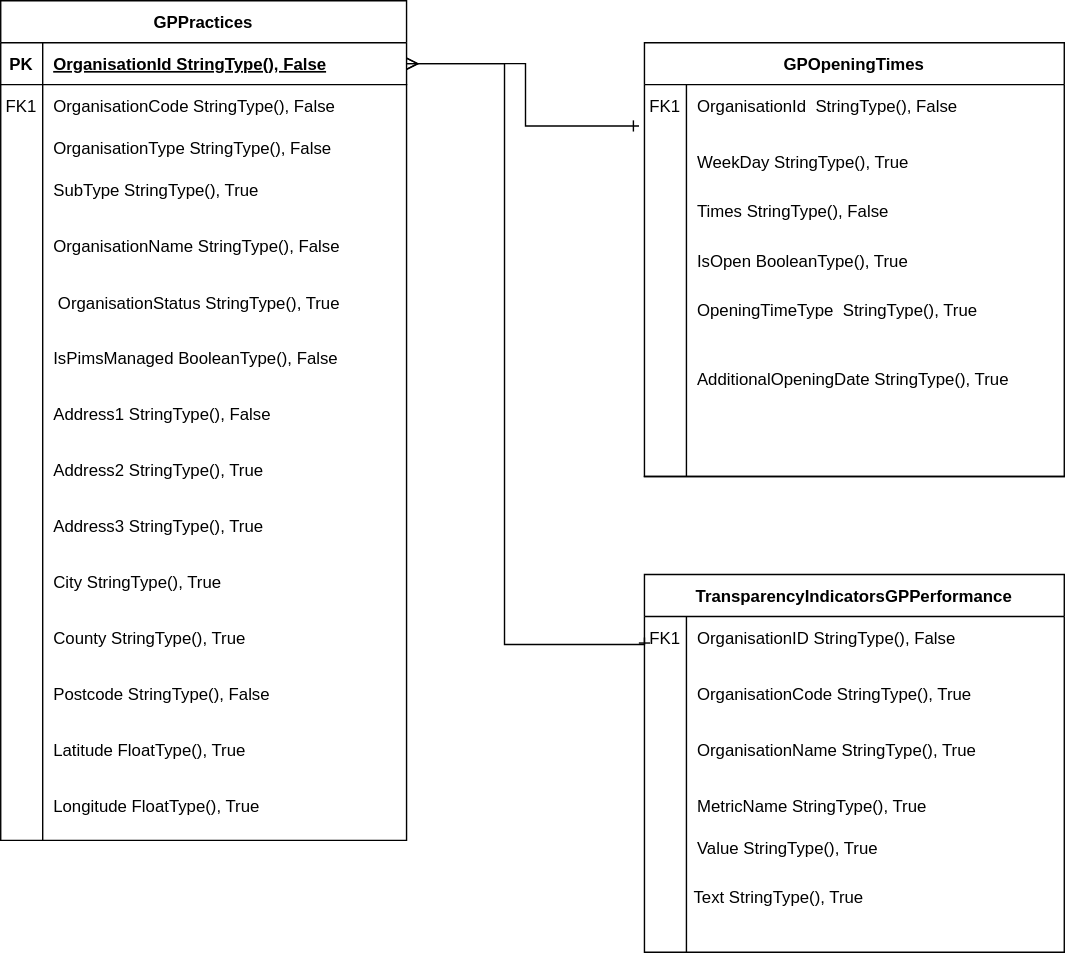
Earlier version of the draw.io export docs/pic.drawio.svg (karinaahmedova/DDS_task). Source tidied: cells renumbered, new cells last; positions are measured from the earlier drawing's top-left corner, leaving out a move shared by most shapes. The source it was exported from:
```xml
<mxGraphModel>
  <root>
    <mxCell id="0" />
    <mxCell id="1" parent="0" />
    <mxCell id="2" value="GPPractices" style="shape=table;startSize=30;rowLines=0;fontStyle=1;align=center;" parent="1" vertex="1">
      <mxGeometry width="290" height="600" as="geometry" />
    </mxCell>
    <mxCell id="3" style="shape=partialRectangle;fillColor=none;points=[[0,0.5],[1,0.5]];portConstraint=eastwest;top=0;left=0;right=0;bottom=1;" parent="2" vertex="1">
      <mxGeometry y="30" width="290" height="30" as="geometry" />
    </mxCell>
    <mxCell id="4" value="PK" style="shape=partialRectangle;overflow=hidden;fillColor=none;top=0;left=0;bottom=0;right=0;fontStyle=1;" parent="3" vertex="1">
      <mxGeometry width="30" height="30" as="geometry" />
    </mxCell>
    <mxCell id="5" value="OrganisationId StringType(), False" style="shape=partialRectangle;overflow=hidden;fillColor=none;top=0;left=0;bottom=0;right=0;align=left;spacingLeft=6;fontStyle=5;" parent="3" vertex="1">
      <mxGeometry x="30" width="260" height="30" as="geometry" />
    </mxCell>
    <mxCell id="6" style="shape=partialRectangle;fillColor=none;top=0;left=0;right=0;bottom=0;" parent="2" vertex="1">
      <mxGeometry y="60" width="290" height="30" as="geometry" />
    </mxCell>
    <mxCell id="7" value="FK1" style="shape=partialRectangle;overflow=hidden;fillColor=none;top=0;left=0;bottom=0;right=0;" parent="6" vertex="1">
      <mxGeometry width="30" height="30" as="geometry" />
    </mxCell>
    <mxCell id="8" value="OrganisationCode StringType(), False" style="shape=partialRectangle;overflow=hidden;fillColor=none;top=0;left=0;bottom=0;right=0;align=left;spacingLeft=6;" parent="6" vertex="1">
      <mxGeometry x="30" width="260" height="30" as="geometry" />
    </mxCell>
    <mxCell id="9" style="shape=partialRectangle;fillColor=none;top=0;left=0;right=0;bottom=0;" parent="2" vertex="1">
      <mxGeometry y="90" width="290" height="510" as="geometry" />
    </mxCell>
    <mxCell id="10" style="shape=partialRectangle;overflow=hidden;fillColor=none;top=0;left=0;bottom=0;right=0;" parent="9" vertex="1">
      <mxGeometry width="30" height="510" as="geometry" />
    </mxCell>
    <mxCell id="11" style="shape=partialRectangle;overflow=hidden;fillColor=none;top=0;left=0;bottom=0;right=0;align=left;spacingLeft=6;" parent="9" vertex="1">
      <mxGeometry x="30" width="260" height="510" as="geometry" />
    </mxCell>
    <mxCell id="12" value="TransparencyIndicatorsGPPerformance" style="shape=table;startSize=30;rowLines=0;fontStyle=1;align=center;" parent="1" vertex="1">
      <mxGeometry x="460" y="410" width="300" height="270" as="geometry" />
    </mxCell>
    <mxCell id="13" style="shape=partialRectangle;fillColor=none;points=[[0,0.5],[1,0.5]];portConstraint=eastwest;top=0;left=0;right=0;bottom=0;" parent="12" vertex="1">
      <mxGeometry y="30" width="300" height="30" as="geometry" />
    </mxCell>
    <mxCell id="14" value="FK1" style="shape=partialRectangle;overflow=hidden;fillColor=none;top=0;left=0;bottom=0;right=0;" parent="13" vertex="1">
      <mxGeometry width="30" height="30" as="geometry" />
    </mxCell>
    <mxCell id="15" value="OrganisationID StringType(), False" style="shape=partialRectangle;overflow=hidden;fillColor=none;top=0;left=0;bottom=0;right=0;align=left;spacingLeft=6;" parent="13" vertex="1">
      <mxGeometry x="30" width="270" height="30" as="geometry" />
    </mxCell>
    <mxCell id="16" style="shape=partialRectangle;fillColor=none;top=0;left=0;right=0;bottom=0;" parent="12" vertex="1">
      <mxGeometry y="60" width="300" height="210" as="geometry" />
    </mxCell>
    <mxCell id="17" style="shape=partialRectangle;overflow=hidden;fillColor=none;top=0;left=0;bottom=0;right=0;" parent="16" vertex="1">
      <mxGeometry width="30" height="210" as="geometry" />
    </mxCell>
    <mxCell id="18" style="shape=partialRectangle;overflow=hidden;fillColor=none;top=0;left=0;bottom=0;right=0;align=left;spacingLeft=6;" parent="16" vertex="1">
      <mxGeometry x="30" width="270" height="210" as="geometry" />
    </mxCell>
    <mxCell id="19" value="GPOpeningTimes" style="shape=table;startSize=30;rowLines=0;fontStyle=1;align=center;" parent="1" vertex="1">
      <mxGeometry x="460" y="30" width="300" height="310" as="geometry" />
    </mxCell>
    <mxCell id="20" style="shape=partialRectangle;fillColor=none;points=[[0,0.5],[1,0.5]];portConstraint=eastwest;top=0;left=0;right=0;bottom=0;" parent="19" vertex="1">
      <mxGeometry y="30" width="300" height="250" as="geometry" />
    </mxCell>
    <mxCell id="21" style="shape=partialRectangle;overflow=hidden;fillColor=none;top=0;left=0;bottom=0;right=0;" parent="20" vertex="1">
      <mxGeometry width="30" height="250" as="geometry" />
    </mxCell>
    <mxCell id="22" style="shape=partialRectangle;overflow=hidden;fillColor=none;top=0;left=0;bottom=0;right=0;align=left;spacingLeft=6;" parent="20" vertex="1">
      <mxGeometry x="30" width="270" height="250" as="geometry" />
    </mxCell>
    <mxCell id="23" style="shape=partialRectangle;fillColor=none;top=0;left=0;right=0;bottom=1;" parent="19" vertex="1">
      <mxGeometry y="280" width="300" height="30" as="geometry" />
    </mxCell>
    <mxCell id="24" style="shape=partialRectangle;overflow=hidden;fillColor=none;top=0;left=0;bottom=0;right=0;fontStyle=1;" parent="23" vertex="1">
      <mxGeometry width="30" height="30" as="geometry" />
    </mxCell>
    <mxCell id="25" style="shape=partialRectangle;overflow=hidden;fillColor=none;top=0;left=0;bottom=0;right=0;align=left;spacingLeft=6;fontStyle=5;" parent="23" vertex="1">
      <mxGeometry x="30" width="270" height="30" as="geometry" />
    </mxCell>
    <mxCell id="26" value="WeekDay StringType(), True" style="shape=partialRectangle;overflow=hidden;fillColor=none;top=0;left=0;bottom=0;right=0;align=left;spacingLeft=6;" parent="1" vertex="1">
      <mxGeometry x="490" y="100" width="230" height="30" as="geometry" />
    </mxCell>
    <mxCell id="27" value="Times StringType(), False" style="shape=partialRectangle;overflow=hidden;fillColor=none;top=0;left=0;bottom=0;right=0;align=left;spacingLeft=6;" parent="1" vertex="1">
      <mxGeometry x="490" y="130" width="240" height="40" as="geometry" />
    </mxCell>
    <mxCell id="28" value="IsOpen BooleanType(), True" style="shape=partialRectangle;overflow=hidden;fillColor=none;top=0;left=0;bottom=0;right=0;align=left;spacingLeft=6;" parent="1" vertex="1">
      <mxGeometry x="490" y="171" width="240" height="30" as="geometry" />
    </mxCell>
    <mxCell id="29" value="OpeningTimeType  StringType(), True" style="shape=partialRectangle;overflow=hidden;fillColor=none;top=0;left=0;bottom=0;right=0;align=left;spacingLeft=6;" parent="1" vertex="1">
      <mxGeometry x="490" y="201" width="235" height="40" as="geometry" />
    </mxCell>
    <mxCell id="30" value="AdditionalOpeningDate StringType(), True" style="shape=partialRectangle;overflow=hidden;fillColor=none;top=0;left=0;bottom=0;right=0;align=left;spacingLeft=6;" parent="1" vertex="1">
      <mxGeometry x="490" y="250" width="250" height="40" as="geometry" />
    </mxCell>
    <mxCell id="31" value="OrganisationId  StringType(), False" style="shape=partialRectangle;overflow=hidden;fillColor=none;top=0;left=0;bottom=0;right=0;align=left;spacingLeft=6;" parent="1" vertex="1">
      <mxGeometry x="490" y="60" width="230" height="30" as="geometry" />
    </mxCell>
    <mxCell id="32" value="OrganisationType StringType(), False" style="shape=partialRectangle;overflow=hidden;fillColor=none;top=0;left=0;bottom=0;right=0;align=left;spacingLeft=6;" parent="1" vertex="1">
      <mxGeometry x="30" y="90" width="250" height="30" as="geometry" />
    </mxCell>
    <mxCell id="33" value="SubType StringType(), True" style="shape=partialRectangle;overflow=hidden;fillColor=none;top=0;left=0;bottom=0;right=0;align=left;spacingLeft=6;" parent="1" vertex="1">
      <mxGeometry x="30" y="120" width="250" height="30" as="geometry" />
    </mxCell>
    <mxCell id="34" value="OrganisationName StringType(), False" style="shape=partialRectangle;overflow=hidden;fillColor=none;top=0;left=0;bottom=0;right=0;align=left;spacingLeft=6;" parent="1" vertex="1">
      <mxGeometry x="30" y="160" width="260" height="30" as="geometry" />
    </mxCell>
    <mxCell id="35" value=" OrganisationStatus StringType(), True" style="shape=partialRectangle;overflow=hidden;fillColor=none;top=0;left=0;bottom=0;right=0;align=left;spacingLeft=6;" parent="1" vertex="1">
      <mxGeometry x="30" y="201" width="250" height="30" as="geometry" />
    </mxCell>
    <mxCell id="36" value="IsPimsManaged BooleanType(), False" style="shape=partialRectangle;overflow=hidden;fillColor=none;top=0;left=0;bottom=0;right=0;align=left;spacingLeft=6;" parent="1" vertex="1">
      <mxGeometry x="30" y="240" width="250" height="30" as="geometry" />
    </mxCell>
    <mxCell id="37" value="Address1 StringType(), False" style="shape=partialRectangle;overflow=hidden;fillColor=none;top=0;left=0;bottom=0;right=0;align=left;spacingLeft=6;" parent="1" vertex="1">
      <mxGeometry x="30" y="280" width="250" height="30" as="geometry" />
    </mxCell>
    <mxCell id="38" value="Address2 StringType(), True" style="shape=partialRectangle;overflow=hidden;fillColor=none;top=0;left=0;bottom=0;right=0;align=left;spacingLeft=6;" parent="1" vertex="1">
      <mxGeometry x="30" y="320" width="250" height="30" as="geometry" />
    </mxCell>
    <mxCell id="39" value="Address3 StringType(), True" style="shape=partialRectangle;overflow=hidden;fillColor=none;top=0;left=0;bottom=0;right=0;align=left;spacingLeft=6;" parent="1" vertex="1">
      <mxGeometry x="30" y="360" width="250" height="30" as="geometry" />
    </mxCell>
    <mxCell id="40" value="City StringType(), True" style="shape=partialRectangle;overflow=hidden;fillColor=none;top=0;left=0;bottom=0;right=0;align=left;spacingLeft=6;" parent="1" vertex="1">
      <mxGeometry x="30" y="400" width="250" height="30" as="geometry" />
    </mxCell>
    <mxCell id="41" value="County StringType(), True" style="shape=partialRectangle;overflow=hidden;fillColor=none;top=0;left=0;bottom=0;right=0;align=left;spacingLeft=6;" parent="1" vertex="1">
      <mxGeometry x="30" y="440" width="250" height="30" as="geometry" />
    </mxCell>
    <mxCell id="42" value="Postcode StringType(), False" style="shape=partialRectangle;overflow=hidden;fillColor=none;top=0;left=0;bottom=0;right=0;align=left;spacingLeft=6;" parent="1" vertex="1">
      <mxGeometry x="30" y="480" width="250" height="30" as="geometry" />
    </mxCell>
    <mxCell id="43" value="Latitude FloatType(), True" style="shape=partialRectangle;overflow=hidden;fillColor=none;top=0;left=0;bottom=0;right=0;align=left;spacingLeft=6;" parent="1" vertex="1">
      <mxGeometry x="30" y="520" width="250" height="30" as="geometry" />
    </mxCell>
    <mxCell id="44" value="Longitude FloatType(), True" style="shape=partialRectangle;overflow=hidden;fillColor=none;top=0;left=0;bottom=0;right=0;align=left;spacingLeft=6;" parent="1" vertex="1">
      <mxGeometry x="30" y="560" width="250" height="30" as="geometry" />
    </mxCell>
    <mxCell id="45" value="OrganisationCode StringType(), True" style="shape=partialRectangle;overflow=hidden;fillColor=none;top=0;left=0;bottom=0;right=0;align=left;spacingLeft=6;" parent="1" vertex="1">
      <mxGeometry x="490" y="480" width="260" height="30" as="geometry" />
    </mxCell>
    <mxCell id="46" value="OrganisationName StringType(), True" style="shape=partialRectangle;overflow=hidden;fillColor=none;top=0;left=0;bottom=0;right=0;align=left;spacingLeft=6;" parent="1" vertex="1">
      <mxGeometry x="490" y="520" width="260" height="30" as="geometry" />
    </mxCell>
    <mxCell id="47" value="MetricName StringType(), True" style="shape=partialRectangle;overflow=hidden;fillColor=none;top=0;left=0;bottom=0;right=0;align=left;spacingLeft=6;" parent="1" vertex="1">
      <mxGeometry x="490" y="560" width="240" height="30" as="geometry" />
    </mxCell>
    <mxCell id="48" value="Value StringType(), True" style="shape=partialRectangle;overflow=hidden;fillColor=none;top=0;left=0;bottom=0;right=0;align=left;spacingLeft=6;" parent="1" vertex="1">
      <mxGeometry x="490" y="590" width="240" height="30" as="geometry" />
    </mxCell>
    <mxCell id="49" value="Text StringType(), True" style="shape=partialRectangle;overflow=hidden;fillColor=none;top=0;left=0;bottom=0;right=0;align=left;spacingLeft=6;" parent="1" vertex="1">
      <mxGeometry x="487.5" y="630" width="240" height="20" as="geometry" />
    </mxCell>
    <mxCell id="50" style="edgeStyle=orthogonalEdgeStyle;rounded=0;jettySize=auto;html=1;exitX=1;exitY=0.5;exitDx=0;exitDy=0;entryX=-0.013;entryY=0.118;entryDx=0;entryDy=0;entryPerimeter=0;endArrow=ERone;endFill=0;startArrow=ERmany;startFill=0;" parent="1" edge="1" source="3" target="20">
      <mxGeometry relative="1" as="geometry" />
    </mxCell>
    <mxCell id="51" value="FK1" style="shape=partialRectangle;overflow=hidden;fillColor=none;top=0;left=0;bottom=0;right=0;" parent="1" vertex="1">
      <mxGeometry x="460" y="60" width="30" height="30" as="geometry" />
    </mxCell>
    <mxCell id="52" style="edgeStyle=orthogonalEdgeStyle;rounded=0;jettySize=auto;html=1;startArrow=ERmany;startFill=0;endArrow=ERone;endFill=0;entryX=0;entryY=0.5;entryDx=0;entryDy=0;" parent="1" edge="1" source="3" target="13">
      <mxGeometry relative="1" as="geometry">
        <Array as="points">
          <mxPoint x="360" y="45" />
          <mxPoint x="360" y="460" />
          <mxPoint x="460" y="460" />
        </Array>
      </mxGeometry>
    </mxCell>
  </root>
</mxGraphModel>
```
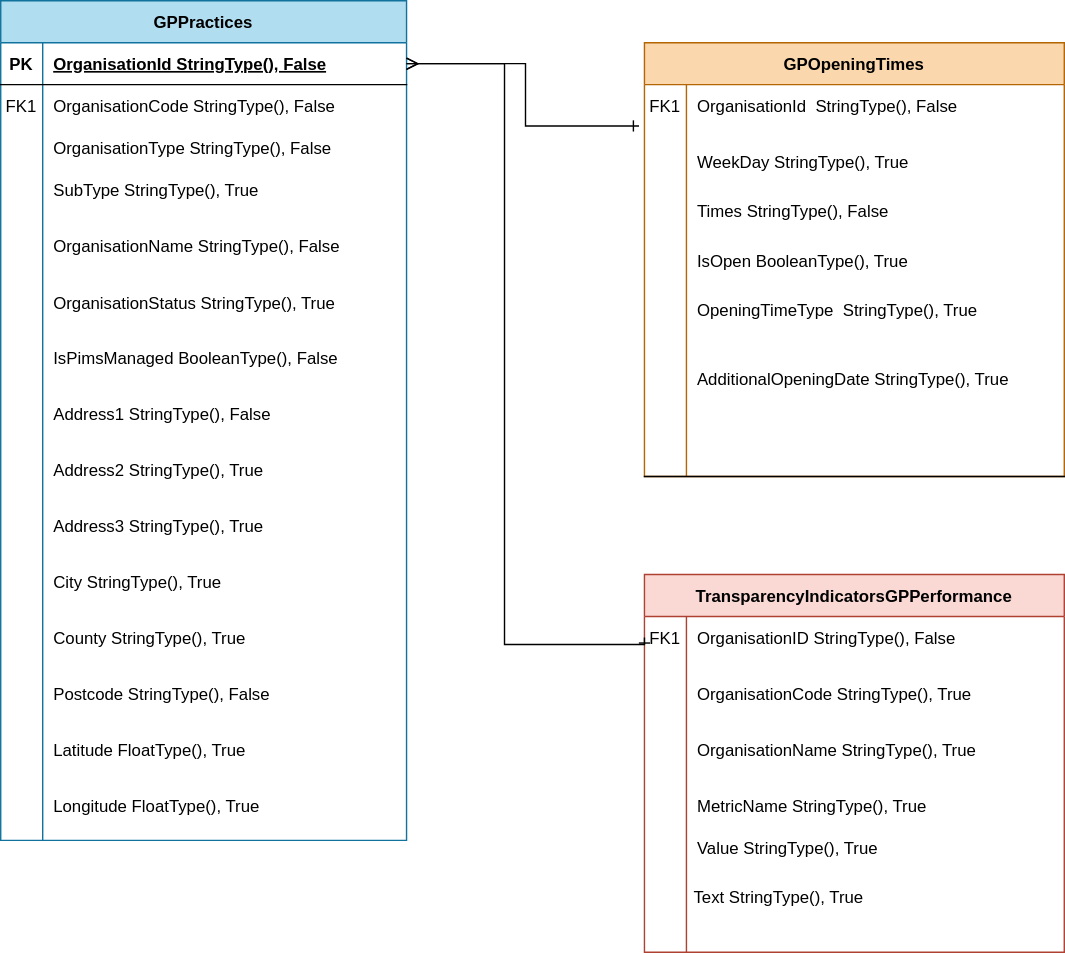
Above is the later version.

The edit, as a diff of the source:
```diff
@@ -2,7 +2,7 @@
   <root>
     <mxCell id="0" />
     <mxCell id="1" parent="0" />
-    <mxCell id="2" value="GPPractices" style="shape=table;startSize=30;rowLines=0;fontStyle=1;align=center;" parent="1" vertex="1">
+    <mxCell id="2" value="GPPractices" style="shape=table;startSize=30;rowLines=0;fontStyle=1;align=center;fillColor=#b1ddf0;strokeColor=#10739e;" parent="1" vertex="1">
       <mxGeometry width="290" height="600" as="geometry" />
     </mxCell>
     <mxCell id="3" style="shape=partialRectangle;fillColor=none;points=[[0,0.5],[1,0.5]];portConstraint=eastwest;top=0;left=0;right=0;bottom=1;" parent="2" vertex="1">
@@ -32,7 +32,7 @@
     <mxCell id="11" style="shape=partialRectangle;overflow=hidden;fillColor=none;top=0;left=0;bottom=0;right=0;align=left;spacingLeft=6;" parent="9" vertex="1">
       <mxGeometry x="30" width="260" height="510" as="geometry" />
     </mxCell>
-    <mxCell id="12" value="TransparencyIndicatorsGPPerformance" style="shape=table;startSize=30;rowLines=0;fontStyle=1;align=center;" parent="1" vertex="1">
+    <mxCell id="12" value="TransparencyIndicatorsGPPerformance" style="shape=table;startSize=30;rowLines=0;fontStyle=1;align=center;fillColor=#fad9d5;strokeColor=#ae4132;" parent="1" vertex="1">
       <mxGeometry x="460" y="410" width="300" height="270" as="geometry" />
     </mxCell>
     <mxCell id="13" style="shape=partialRectangle;fillColor=none;points=[[0,0.5],[1,0.5]];portConstraint=eastwest;top=0;left=0;right=0;bottom=0;" parent="12" vertex="1">
@@ -53,7 +53,7 @@
     <mxCell id="18" style="shape=partialRectangle;overflow=hidden;fillColor=none;top=0;left=0;bottom=0;right=0;align=left;spacingLeft=6;" parent="16" vertex="1">
       <mxGeometry x="30" width="270" height="210" as="geometry" />
     </mxCell>
-    <mxCell id="19" value="GPOpeningTimes" style="shape=table;startSize=30;rowLines=0;fontStyle=1;align=center;" parent="1" vertex="1">
+    <mxCell id="19" value="GPOpeningTimes" style="shape=table;startSize=30;rowLines=0;fontStyle=1;align=center;fillColor=#fad7ac;strokeColor=#b46504;" parent="1" vertex="1">
       <mxGeometry x="460" y="30" width="300" height="310" as="geometry" />
     </mxCell>
     <mxCell id="20" style="shape=partialRectangle;fillColor=none;points=[[0,0.5],[1,0.5]];portConstraint=eastwest;top=0;left=0;right=0;bottom=0;" parent="19" vertex="1">
```
